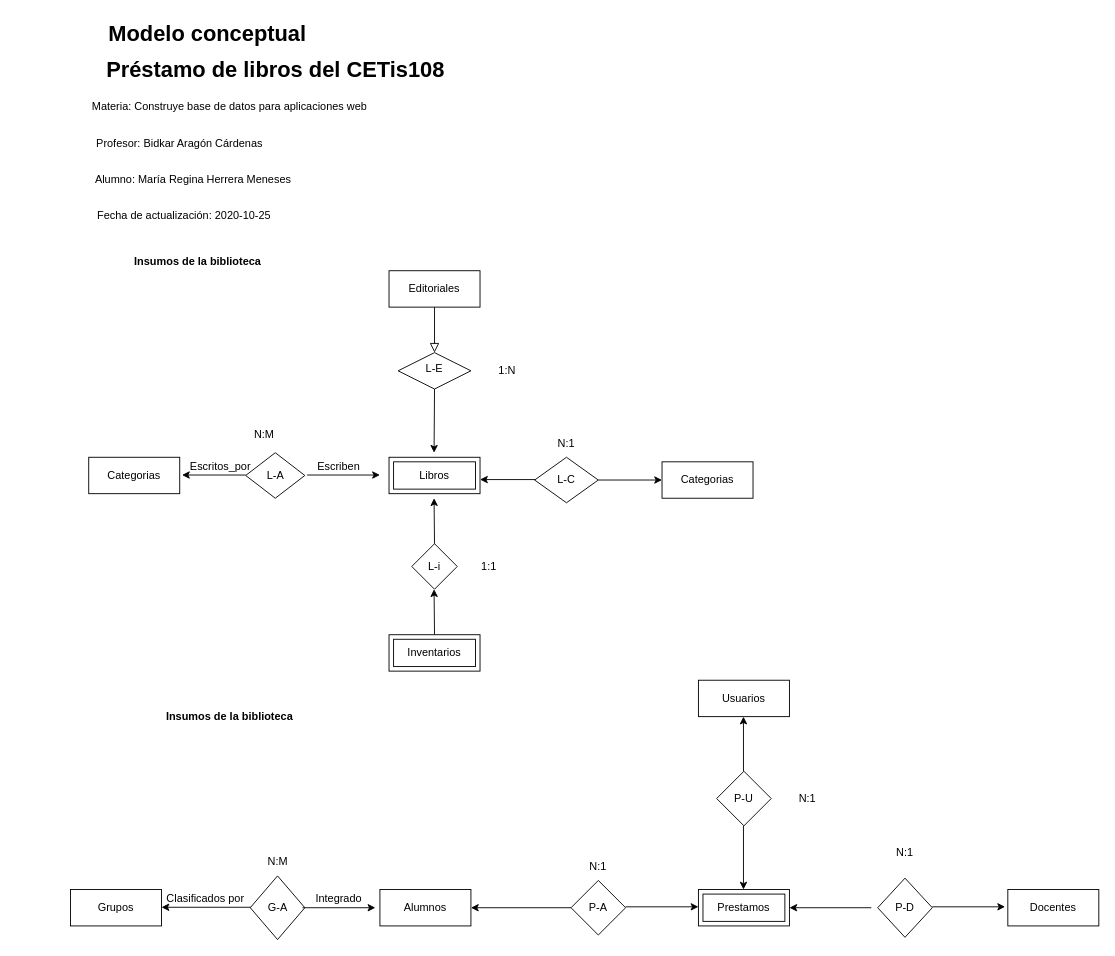
Before: Untitled Diagram.drawio in soymariaregina/02-prestamo-de-libros-5ampr, a draw.io diagram. Source tidied: cells renumbered, new cells numbered last; positions are measured from the earlier drawing's top-left corner, leaving out a move shared by most shapes. Both pictures are drawn from the tidied source at 91%, with x=0, y=0 at pixel (15, 15).
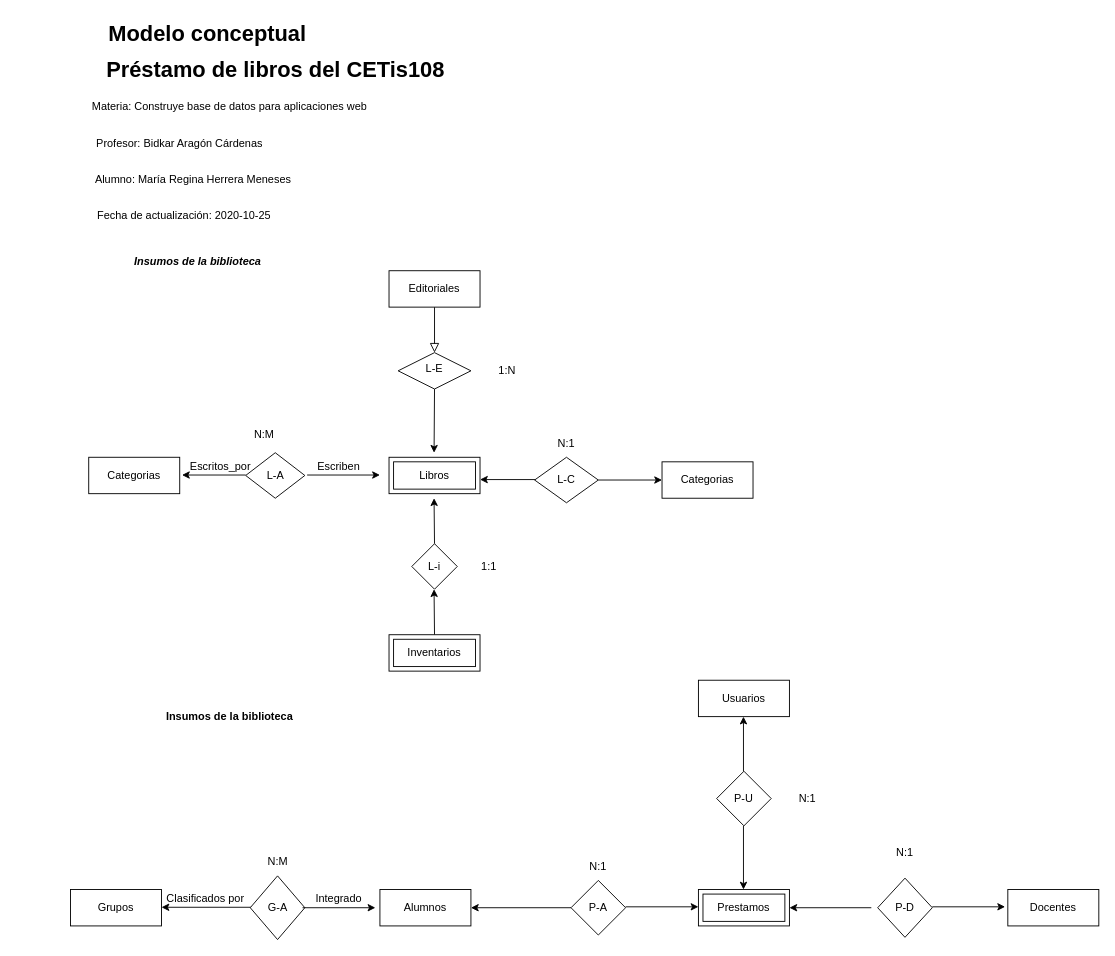
The same diagram, later.

Change to the diagram source:
```diff
@@
-    <mxCell id="55" value="&lt;b&gt;Insumos de la biblioteca&lt;/b&gt;" style="text;html=1;strokeColor=none;fillColor=none;align=center;verticalAlign=middle;whiteSpace=wrap;rounded=0;" parent="1" vertex="1">
+    <mxCell id="55" value="&lt;b&gt;&lt;i&gt;Insumos de la biblioteca&lt;/i&gt;&lt;/b&gt;" style="text;html=1;strokeColor=none;fillColor=none;align=center;verticalAlign=middle;whiteSpace=wrap;rounded=0;" parent="1" vertex="1">
       <mxGeometry x="120" y="260" width="160" height="20" as="geometry" />
     </mxCell>
```
